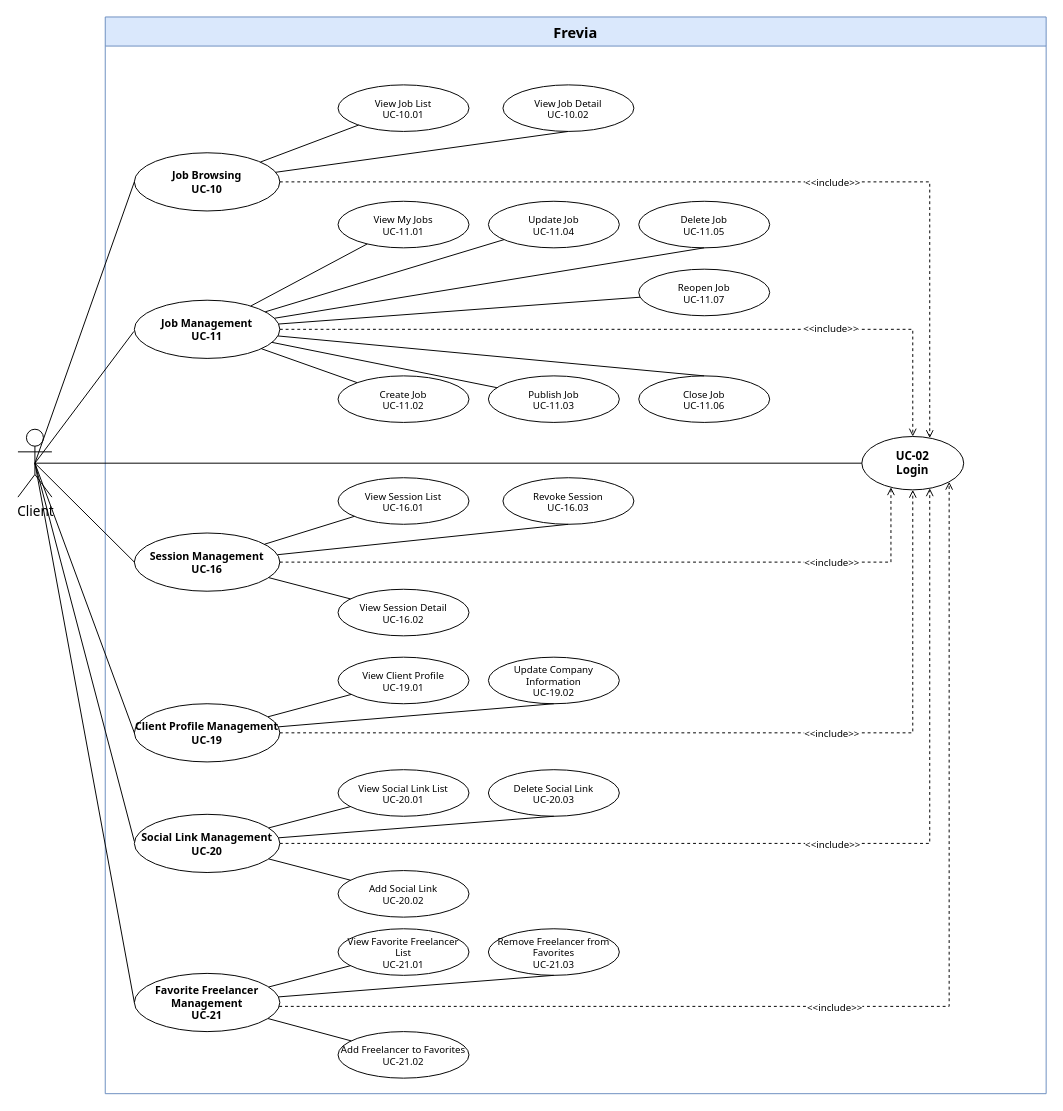
Earlier version of the draw.io diagram page "Client 2/6" (2 of 6) of uc-diagrams/Client.drawio (Thunggg/Frevia). Source tidied: cells renumbered, new cells numbered last; positions are measured from the earlier drawing's top-left corner, leaving out a move shared by most shapes. Both pictures are drawn from the tidied source at 97%, with x=0, y=0 at pixel (17, 16).
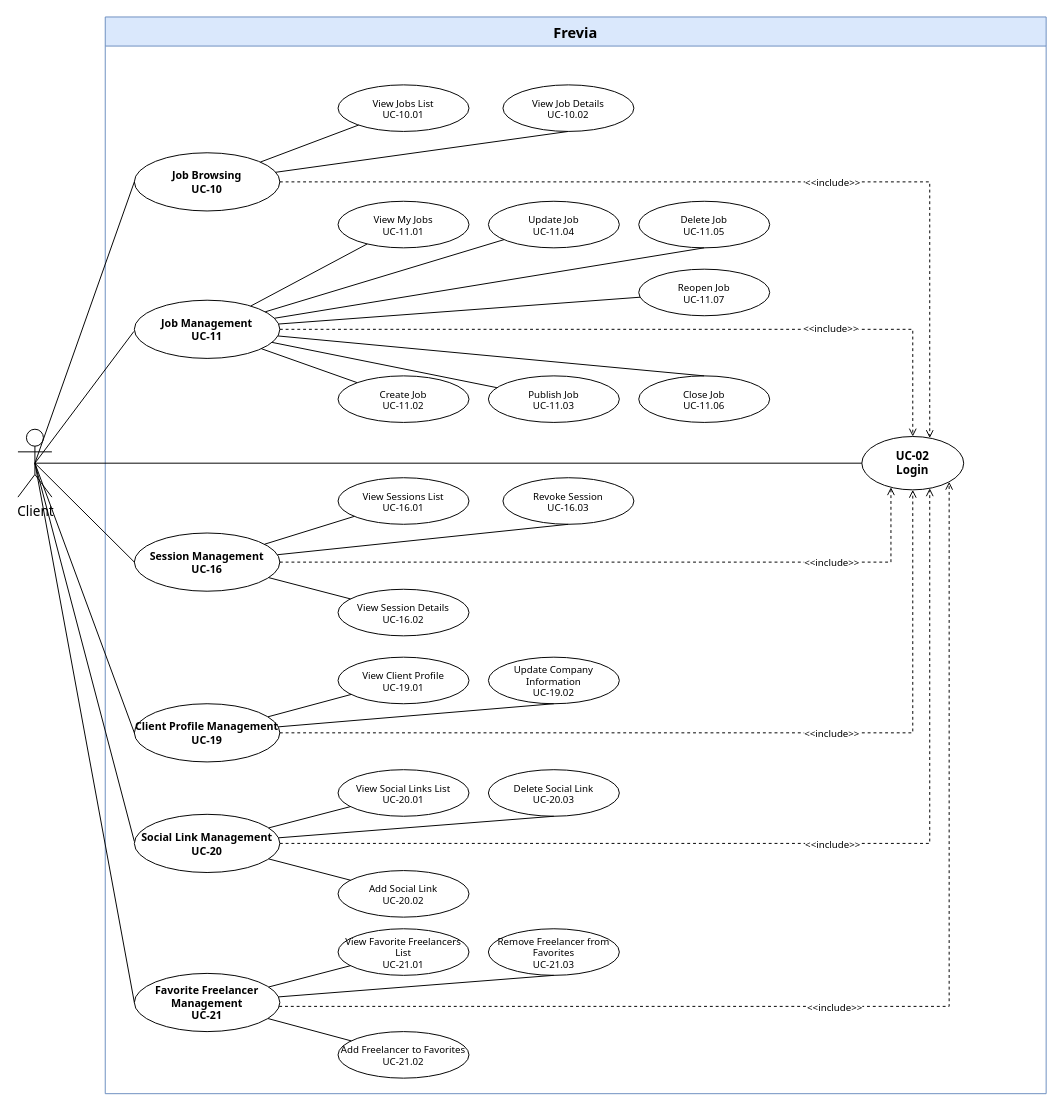
After the change.

The change refers to these unchanged cells:
```xml
<mxCell id="2" value="Frevia" style="swimlane;whiteSpace=wrap;html=1;startSize=30;fontSize=15;fontFamily=Tahoma;fontStyle=1;fillColor=#dae8fc;strokeColor=#6c8ebf;" parent="1" vertex="1">
  <mxGeometry x="90" width="970" height="1110" as="geometry" />
</mxCell>
```

The edit, as a diff of the source:
```diff
@@
-    <mxCell id="5" value="View Job List&#10;UC-10.01" style="ellipse;whiteSpace=wrap;html=1;fontSize=10;fontFamily=Tahoma;fillColor=#ffffff;strokeColor=#000000;" parent="2" vertex="1">
+    <mxCell id="5" value="View Jobs List&#10;UC-10.01" style="ellipse;whiteSpace=wrap;html=1;fontSize=10;fontFamily=Tahoma;fillColor=#ffffff;strokeColor=#000000;" parent="2" vertex="1">
       <mxGeometry x="240" y="70" width="135" height="48" as="geometry" />
     </mxCell>
-    <mxCell id="6" value="View Job Detail&#10;UC-10.02" style="ellipse;whiteSpace=wrap;html=1;fontSize=10;fontFamily=Tahoma;fillColor=#ffffff;strokeColor=#000000;" parent="2" vertex="1">
+    <mxCell id="6" value="View Job Details&#10;UC-10.02" style="ellipse;whiteSpace=wrap;html=1;fontSize=10;fontFamily=Tahoma;fillColor=#ffffff;strokeColor=#000000;" parent="2" vertex="1">
       <mxGeometry x="410" y="70" width="135" height="48" as="geometry" />
     </mxCell>
@@
-    <mxCell id="16" value="View Session List&#10;UC-16.01" style="ellipse;whiteSpace=wrap;html=1;fontSize=10;fontFamily=Tahoma;fillColor=#ffffff;strokeColor=#000000;" parent="2" vertex="1">
+    <mxCell id="16" value="View Sessions List&#10;UC-16.01" style="ellipse;whiteSpace=wrap;html=1;fontSize=10;fontFamily=Tahoma;fillColor=#ffffff;strokeColor=#000000;" parent="2" vertex="1">
       <mxGeometry x="240" y="475" width="135" height="48" as="geometry" />
     </mxCell>
-    <mxCell id="17" value="View Session Detail&#10;UC-16.02" style="ellipse;whiteSpace=wrap;html=1;fontSize=10;fontFamily=Tahoma;fillColor=#ffffff;strokeColor=#000000;" parent="2" vertex="1">
+    <mxCell id="17" value="View Session Details&#10;UC-16.02" style="ellipse;whiteSpace=wrap;html=1;fontSize=10;fontFamily=Tahoma;fillColor=#ffffff;strokeColor=#000000;" parent="2" vertex="1">
       <mxGeometry x="240" y="590" width="135" height="48" as="geometry" />
     </mxCell>
@@
-    <mxCell id="23" value="View Social Link List&#10;UC-20.01" style="ellipse;whiteSpace=wrap;html=1;fontSize=10;fontFamily=Tahoma;fillColor=#ffffff;strokeColor=#000000;" parent="2" vertex="1">
+    <mxCell id="23" value="View Social Links List&#10;UC-20.01" style="ellipse;whiteSpace=wrap;html=1;fontSize=10;fontFamily=Tahoma;fillColor=#ffffff;strokeColor=#000000;" parent="2" vertex="1">
       <mxGeometry x="240" y="776" width="135" height="48" as="geometry" />
     </mxCell>
@@
-    <mxCell id="27" value="View Favorite Freelancer List&#10;UC-21.01" style="ellipse;whiteSpace=wrap;html=1;fontSize=10;fontFamily=Tahoma;fillColor=#ffffff;strokeColor=#000000;" parent="2" vertex="1">
+    <mxCell id="27" value="View Favorite Freelancers List&#10;UC-21.01" style="ellipse;whiteSpace=wrap;html=1;fontSize=10;fontFamily=Tahoma;fillColor=#ffffff;strokeColor=#000000;" parent="2" vertex="1">
       <mxGeometry x="240" y="940" width="135" height="48" as="geometry" />
     </mxCell>
```
